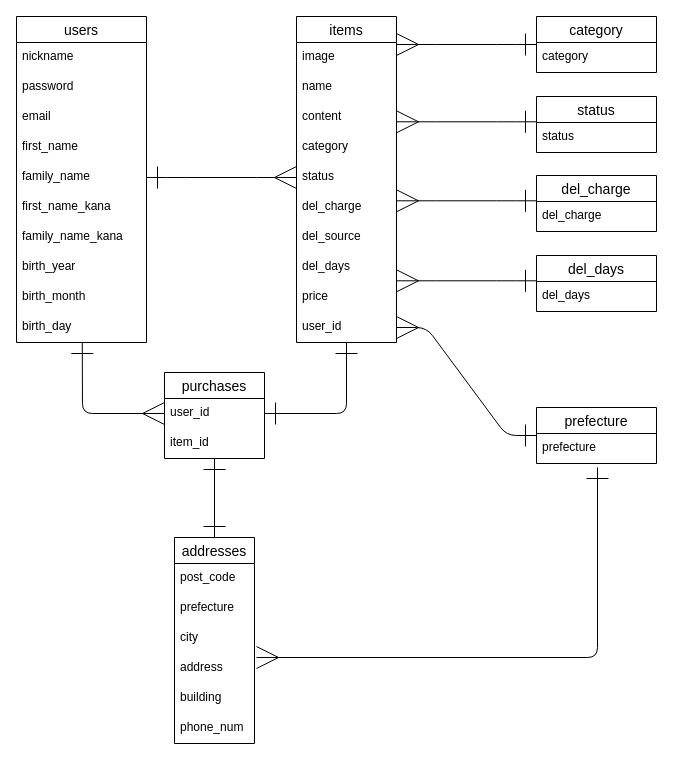
Before: furima-er.dio in samape/furima-37831, a draw.io diagram. Source tidied: cells renumbered, new cells numbered last; positions are measured from the earlier drawing's top-left corner, leaving out a move shared by most shapes. Both pictures are drawn from the tidied source at 100%, with x=0, y=0 at pixel (16, 16).
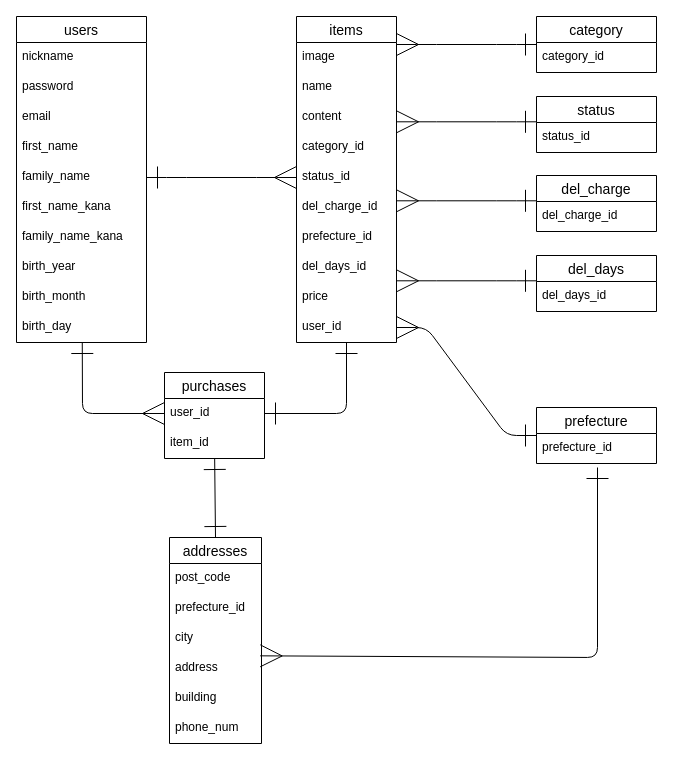
After the change.

Commit message (it also covers changes not shown here):
データベース設計　修正_2

The change refers to these unchanged cells:
```xml
<mxCell id="13" value="items" style="swimlane;fontStyle=0;horizontal=1;startSize=26;align=center;fontSize=14;" parent="1" vertex="1">
  <mxGeometry x="280" width="100" height="326" as="geometry" />
</mxCell>
<mxCell id="38" value="category" style="swimlane;fontStyle=0;horizontal=1;startSize=26;align=center;fontSize=14;" parent="1" vertex="1">
  <mxGeometry x="520" width="120" height="56" as="geometry" />
</mxCell>
<mxCell id="40" value="status" style="swimlane;fontStyle=0;horizontal=1;startSize=26;align=center;fontSize=14;" parent="1" vertex="1">
  <mxGeometry x="520" y="80" width="120" height="56" as="geometry" />
</mxCell>
<mxCell id="42" value="del_charge" style="swimlane;fontStyle=0;horizontal=1;startSize=26;align=center;fontSize=14;" parent="1" vertex="1">
  <mxGeometry x="520" y="159" width="120" height="56" as="geometry" />
</mxCell>
<mxCell id="44" value="del_days" style="swimlane;fontStyle=0;horizontal=1;startSize=26;align=center;fontSize=14;" parent="1" vertex="1">
  <mxGeometry x="520" y="239" width="120" height="56" as="geometry" />
</mxCell>
<mxCell id="46" value="prefecture" style="swimlane;fontStyle=0;horizontal=1;startSize=26;align=center;fontSize=14;" parent="1" vertex="1">
  <mxGeometry x="520" y="391" width="120" height="56" as="geometry" />
</mxCell>
```

What changed in the source:
```diff
@@
-    <mxCell id="17" value="category" style="text;strokeColor=none;fillColor=none;spacingLeft=4;spacingRight=4;overflow=hidden;fontSize=12;" parent="13" vertex="1">
+    <mxCell id="17" value="category_id" style="text;strokeColor=none;fillColor=none;spacingLeft=4;spacingRight=4;overflow=hidden;fontSize=12;" parent="13" vertex="1">
       <mxGeometry y="116" width="100" height="30" as="geometry" />
     </mxCell>
-    <mxCell id="18" value="status" style="text;strokeColor=none;fillColor=none;spacingLeft=4;spacingRight=4;overflow=hidden;fontSize=12;" parent="13" vertex="1">
+    <mxCell id="18" value="status_id" style="text;strokeColor=none;fillColor=none;spacingLeft=4;spacingRight=4;overflow=hidden;fontSize=12;" parent="13" vertex="1">
       <mxGeometry y="146" width="100" height="30" as="geometry" />
     </mxCell>
-    <mxCell id="19" value="del_charge" style="text;strokeColor=none;fillColor=none;spacingLeft=4;spacingRight=4;overflow=hidden;fontSize=12;" parent="13" vertex="1">
+    <mxCell id="19" value="del_charge_id" style="text;strokeColor=none;fillColor=none;spacingLeft=4;spacingRight=4;overflow=hidden;fontSize=12;" parent="13" vertex="1">
       <mxGeometry y="176" width="100" height="30" as="geometry" />
     </mxCell>
-    <mxCell id="20" value="del_source" style="text;strokeColor=none;fillColor=none;spacingLeft=4;spacingRight=4;overflow=hidden;fontSize=12;" parent="13" vertex="1">
+    <mxCell id="20" value="prefecture_id" style="text;strokeColor=none;fillColor=none;spacingLeft=4;spacingRight=4;overflow=hidden;fontSize=12;" parent="13" vertex="1">
       <mxGeometry y="206" width="100" height="30" as="geometry" />
     </mxCell>
-    <mxCell id="21" value="del_days" style="text;strokeColor=none;fillColor=none;spacingLeft=4;spacingRight=4;overflow=hidden;fontSize=12;" parent="13" vertex="1">
+    <mxCell id="21" value="del_days_id" style="text;strokeColor=none;fillColor=none;spacingLeft=4;spacingRight=4;overflow=hidden;fontSize=12;" parent="13" vertex="1">
       <mxGeometry y="236" width="100" height="30" as="geometry" />
     </mxCell>
@@
     <mxCell id="27" value="addresses" style="swimlane;fontStyle=0;horizontal=1;startSize=26;align=center;fontSize=14;" parent="1" vertex="1">
-      <mxGeometry x="158" y="521" width="80" height="206" as="geometry" />
+      <mxGeometry x="153" y="521" width="92" height="206" as="geometry" />
     </mxCell>
     <mxCell id="28" value="post_code" style="text;strokeColor=none;fillColor=none;spacingLeft=4;spacingRight=4;overflow=hidden;fontSize=12;" parent="27" vertex="1">
-      <mxGeometry y="26" width="80" height="30" as="geometry" />
+      <mxGeometry y="26" width="92" height="30" as="geometry" />
     </mxCell>
-    <mxCell id="29" value="prefecture" style="text;strokeColor=none;fillColor=none;spacingLeft=4;spacingRight=4;overflow=hidden;fontSize=12;" parent="27" vertex="1">
-      <mxGeometry y="56" width="80" height="30" as="geometry" />
+    <mxCell id="29" value="prefecture_id" style="text;strokeColor=none;fillColor=none;spacingLeft=4;spacingRight=4;overflow=hidden;fontSize=12;" parent="27" vertex="1">
+      <mxGeometry y="56" width="92" height="30" as="geometry" />
     </mxCell>
     <mxCell id="30" value="city" style="text;strokeColor=none;fillColor=none;spacingLeft=4;spacingRight=4;overflow=hidden;fontSize=12;" parent="27" vertex="1">
-      <mxGeometry y="86" width="80" height="30" as="geometry" />
+      <mxGeometry y="86" width="92" height="30" as="geometry" />
     </mxCell>
     <mxCell id="31" value="address" style="text;strokeColor=none;fillColor=none;spacingLeft=4;spacingRight=4;overflow=hidden;points=[[0,0.5],[1,0.5]];portConstraint=eastwest;fontSize=12;" parent="27" vertex="1">
-      <mxGeometry y="116" width="80" height="30" as="geometry" />
+      <mxGeometry y="116" width="92" height="30" as="geometry" />
     </mxCell>
     <mxCell id="32" value="building" style="text;strokeColor=none;fillColor=none;spacingLeft=4;spacingRight=4;overflow=hidden;fontSize=12;" parent="27" vertex="1">
-      <mxGeometry y="146" width="80" height="30" as="geometry" />
+      <mxGeometry y="146" width="92" height="30" as="geometry" />
     </mxCell>
     <mxCell id="33" value="phone_num" style="text;strokeColor=none;fillColor=none;spacingLeft=4;spacingRight=4;overflow=hidden;fontSize=12;" parent="27" vertex="1">
-      <mxGeometry y="176" width="80" height="30" as="geometry" />
+      <mxGeometry y="176" width="92" height="30" as="geometry" />
     </mxCell>
@@
-    <mxCell id="39" value="category" style="text;strokeColor=none;fillColor=none;spacingLeft=4;spacingRight=4;overflow=hidden;fontSize=12;" parent="38" vertex="1">
+    <mxCell id="39" value="category_id" style="text;strokeColor=none;fillColor=none;spacingLeft=4;spacingRight=4;overflow=hidden;fontSize=12;" parent="38" vertex="1">
       <mxGeometry y="26" width="120" height="30" as="geometry" />
     </mxCell>
@@
-    <mxCell id="41" value="status" style="text;strokeColor=none;fillColor=none;spacingLeft=4;spacingRight=4;overflow=hidden;fontSize=12;" parent="40" vertex="1">
+    <mxCell id="41" value="status_id" style="text;strokeColor=none;fillColor=none;spacingLeft=4;spacingRight=4;overflow=hidden;fontSize=12;" parent="40" vertex="1">
       <mxGeometry y="26" width="120" height="30" as="geometry" />
     </mxCell>
@@
-    <mxCell id="43" value="del_charge" style="text;strokeColor=none;fillColor=none;spacingLeft=4;spacingRight=4;overflow=hidden;fontSize=12;" parent="42" vertex="1">
+    <mxCell id="43" value="del_charge_id" style="text;strokeColor=none;fillColor=none;spacingLeft=4;spacingRight=4;overflow=hidden;fontSize=12;" parent="42" vertex="1">
       <mxGeometry y="26" width="120" height="30" as="geometry" />
     </mxCell>
@@
-    <mxCell id="45" value="del_days" style="text;strokeColor=none;fillColor=none;spacingLeft=4;spacingRight=4;overflow=hidden;fontSize=12;" parent="44" vertex="1">
+    <mxCell id="45" value="del_days_id" style="text;strokeColor=none;fillColor=none;spacingLeft=4;spacingRight=4;overflow=hidden;fontSize=12;" parent="44" vertex="1">
       <mxGeometry y="26" width="120" height="30" as="geometry" />
     </mxCell>
@@
-    <mxCell id="47" value="prefecture" style="text;strokeColor=none;fillColor=none;spacingLeft=4;spacingRight=4;overflow=hidden;fontSize=12;" parent="46" vertex="1">
+    <mxCell id="47" value="prefecture_id" style="text;strokeColor=none;fillColor=none;spacingLeft=4;spacingRight=4;overflow=hidden;fontSize=12;" parent="46" vertex="1">
       <mxGeometry y="26" width="120" height="30" as="geometry" />
     </mxCell>
@@
-    <mxCell id="53" style="fontSize=12;html=1;endArrow=ERone;startArrow=ERmany;startFill=0;startSize=20;endSize=20;endFill=0;" parent="1" edge="1">
+    <mxCell id="53" style="fontSize=12;html=1;endArrow=ERone;startArrow=ERmany;startFill=0;startSize=20;endSize=20;endFill=0;exitX=0.986;exitY=0.078;exitDx=0;exitDy=0;exitPerimeter=0;" parent="1" edge="1" source="31">
       <mxGeometry relative="1" as="geometry">
-        <mxPoint x="240" y="641" as="sourcePoint" />
         <mxPoint x="581" y="451" as="targetPoint" />
         <Array as="points">
           <mxPoint x="581" y="641" />
         </Array>
       </mxGeometry>
     </mxCell>
```
